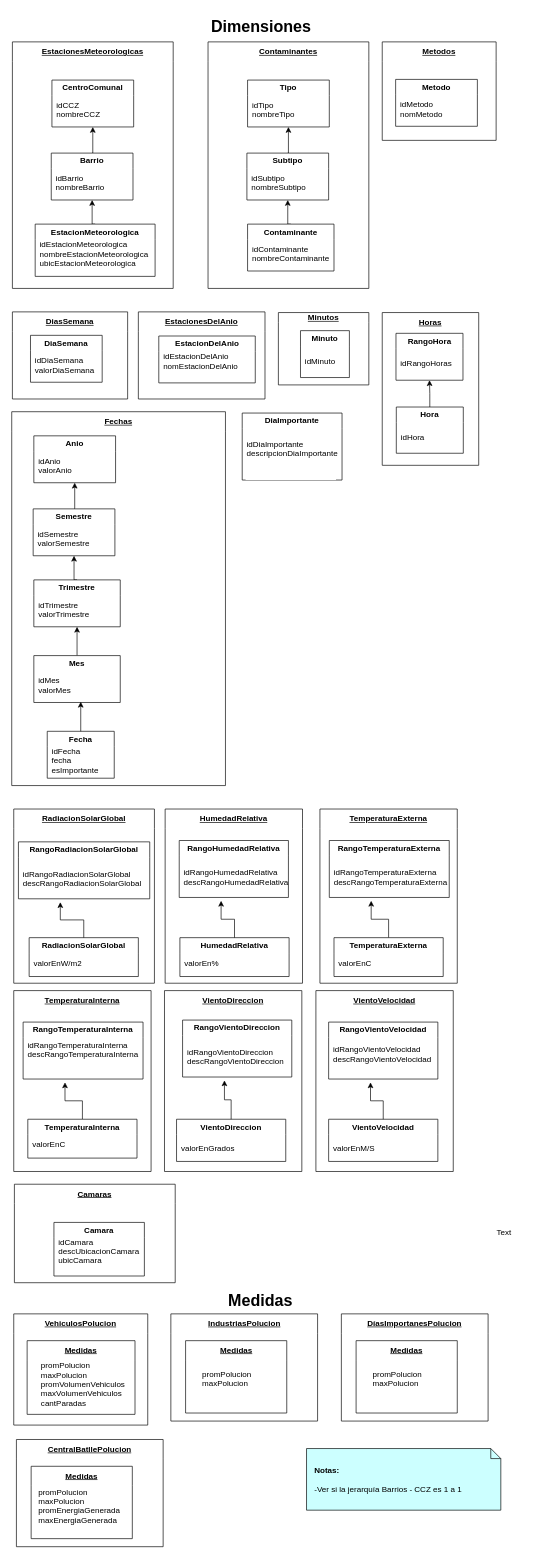
This is 2. Diseño conceptual/Dimensiones y Medidas.drawio from gonzalomelov/dw-calidad-aire-docs, a draw.io file, before an edit. Source tidied: cells renumbered, new cells numbered last; positions are measured from the earlier drawing's top-left corner, leaving out a move shared by most shapes. Both pictures are drawn from the tidied source at 67%, with x=0, y=0 at pixel (11, 11).
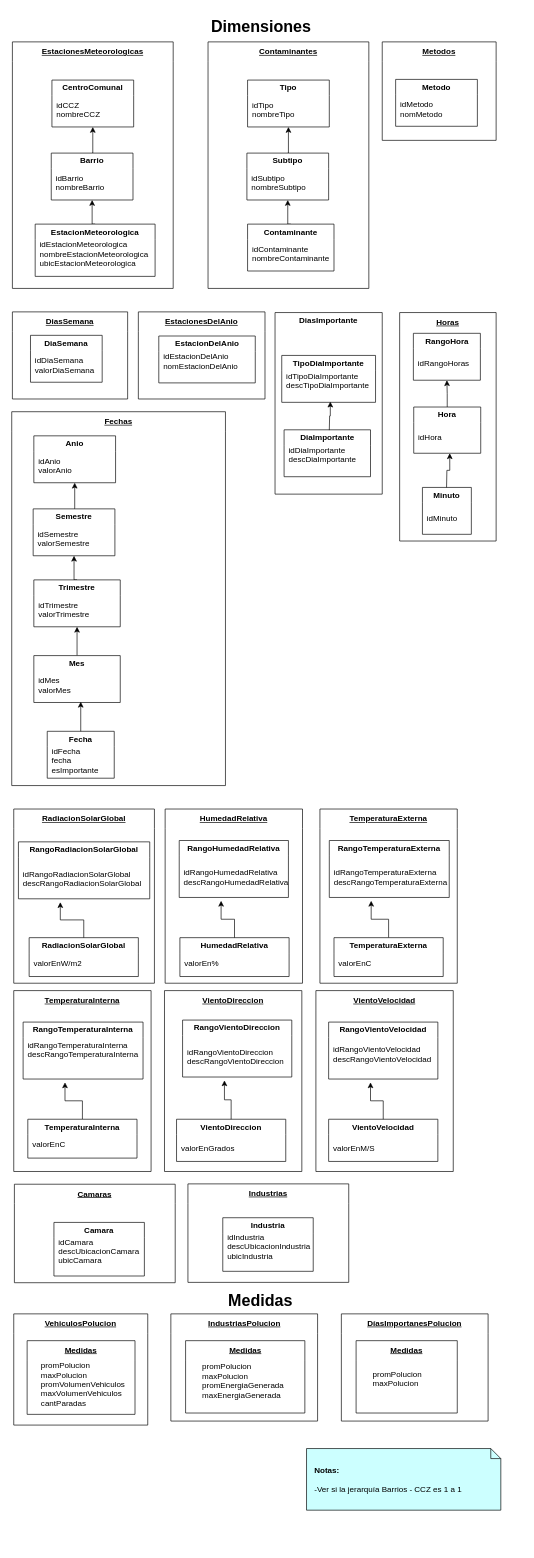
After the change.

Commit message (it also covers changes not shown here):
Update conceptual design diagramas

Unchanged cells that the change refers to:
```xml
<mxCell id="54" value="IndustriasPolucion" style="swimlane;swimlaneLine=0;whiteSpace=wrap;startSize=29;fontStyle=5;" parent="1" vertex="1">
  <mxGeometry x="237.5" y="1943.5" width="219" height="160" as="geometry" />
</mxCell>
<mxCell id="65" value="idHora" style="text;align=left;verticalAlign=middle;" parent="64" vertex="1">
  <mxGeometry x="5" y="19" width="65" height="50" as="geometry" />
</mxCell>
```

Diff of the diagram source:
```diff
@@
-    <mxCell id="44" value="CentralBatllePolucion" style="swimlane;swimlaneLine=0;whiteSpace=wrap;startSize=29;fontStyle=5;" parent="1" vertex="1">
-      <mxGeometry x="7" y="2131" width="219" height="160" as="geometry" />
-    </mxCell>
-    <mxCell id="45" value="Medidas" style="swimlane;swimlaneLine=0;whiteSpace=wrap;startSize=29;fontStyle=5;" parent="44" vertex="1">
-      <mxGeometry x="22" y="40" width="151" height="108" as="geometry" />
-    </mxCell>
-    <mxCell id="46" value="promPolucion&#10;maxPolucion&#10;promEnergiaGenerada&#10;maxEnergiaGenerada&#10;" style="text;align=left;verticalAlign=middle;" parent="45" vertex="1">
-      <mxGeometry x="9" y="29.4" width="155" height="72.6" as="geometry" />
-    </mxCell>
@@
     <mxCell id="55" value="Medidas" style="swimlane;swimlaneLine=0;whiteSpace=wrap;startSize=29;fontStyle=5;" parent="54" vertex="1">
-      <mxGeometry x="22" y="40" width="151" height="108" as="geometry" />
+      <mxGeometry x="22" y="40" width="178" height="108" as="geometry" />
     </mxCell>
-    <mxCell id="56" value="promPolucion&#10;maxPolucion&#10;" style="text;align=left;verticalAlign=middle;" parent="55" vertex="1">
-      <mxGeometry x="23" y="27.4" width="155" height="72.6" as="geometry" />
+    <mxCell id="56" value="promPolucion&#10;maxPolucion&#10;promEnergiaGenerada&#10;maxEnergiaGenerada&#10;&#10;" style="text;align=left;verticalAlign=middle;" parent="55" vertex="1">
+      <mxGeometry x="23" y="47" width="155" height="53" as="geometry" />
     </mxCell>
@@
     <mxCell id="62" value="Horas" style="swimlane;swimlaneLine=0;whiteSpace=wrap;startSize=29;fontStyle=5;align=center;" parent="1" vertex="1">
-      <mxGeometry x="553" y="449" width="144" height="228" as="geometry" />
+      <mxGeometry x="579" y="449" width="144" height="341" as="geometry" />
     </mxCell>
@@
-    <mxCell id="68" value="Minutos" style="swimlane;swimlaneLine=0;whiteSpace=wrap;startSize=15;fontStyle=5;align=center;" parent="1" vertex="1">
-      <mxGeometry x="398" y="449" width="135" height="108" as="geometry" />
-    </mxCell>
-    <mxCell id="69" value="Minuto" style="swimlane;swimlaneLine=0;whiteSpace=wrap;" parent="68" vertex="1">
-      <mxGeometry x="33" y="27" width="73" height="70" as="geometry" />
+    <mxCell id="69" value="Minuto" style="swimlane;swimlaneLine=0;whiteSpace=wrap;" parent="62" vertex="1">
+      <mxGeometry x="34" y="261" width="73" height="70" as="geometry" />
     </mxCell>
@@
+    <mxCell id="110" style="edgeStyle=orthogonalEdgeStyle;rounded=0;html=1;entryX=0.75;entryY=1;jettySize=auto;" parent="62" edge="1" target="65">
+      <mxGeometry relative="1" as="geometry">
+        <mxPoint x="70" y="261" as="sourcePoint" />
+      </mxGeometry>
+    </mxCell>
@@
-    <mxCell id="107" value="DiaImportante" style="swimlane;swimlaneLine=0;whiteSpace=wrap;fillColor=#FFFFFF;" parent="1" vertex="1">
-      <mxGeometry x="344" y="599" width="149" height="100" as="geometry" />
+    <mxCell id="107" value="DiasImportante" style="swimlane;swimlaneLine=0;whiteSpace=wrap;fillColor=#FFFFFF;" parent="1" vertex="1">
+      <mxGeometry x="393" y="449" width="160" height="271" as="geometry" />
     </mxCell>
-    <mxCell id="108" value="idDiaImportante&#10;descripcionDiaImportante&#10;" style="text;align=left;verticalAlign=middle;fillColor=#FFFFFF;" parent="107" vertex="1">
-      <mxGeometry x="5" y="20" width="135" height="80" as="geometry" />
-    </mxCell>
-    <mxCell id="109" value="Text" style="text;html=1;align=left;verticalAlign=top;spacingTop=-4;" parent="1" vertex="1">
-      <mxGeometry x="722" y="1813" width="40" height="20" as="geometry" />
-    </mxCell>
+    <mxCell id="111" value="DiaImportante" style="swimlane;swimlaneLine=0;whiteSpace=wrap;startSize=23;" parent="107" vertex="1">
+      <mxGeometry x="13.5" y="175" width="129" height="70" as="geometry" />
+    </mxCell>
+    <mxCell id="112" value="idDiaImportante&#10;descDiaImportante&#10;" style="text;align=left;verticalAlign=middle;" parent="111" vertex="1">
+      <mxGeometry x="5" y="19" width="130" height="50" as="geometry" />
+    </mxCell>
+    <mxCell id="113" value="TipoDiaImportante" style="swimlane;swimlaneLine=0;whiteSpace=wrap;startSize=23;" parent="107" vertex="1">
+      <mxGeometry x="10" y="64" width="140" height="70" as="geometry" />
+    </mxCell>
+    <mxCell id="114" value="idTipoDiaImportante&#10;descTipoDiaImportante&#10;" style="text;align=left;verticalAlign=middle;" parent="113" vertex="1">
+      <mxGeometry x="5" y="19" width="135" height="50" as="geometry" />
+    </mxCell>
+    <mxCell id="115" style="edgeStyle=orthogonalEdgeStyle;rounded=0;html=1;exitX=0.5;exitY=0;jettySize=auto;" parent="107" edge="1" target="114">
+      <mxGeometry relative="1" as="geometry">
+        <mxPoint x="81" y="175.5" as="sourcePoint" />
+      </mxGeometry>
+    </mxCell>
+    <mxCell id="116" value="Industrias" style="swimlane;swimlaneLine=0;whiteSpace=wrap;startSize=29;fontStyle=5;align=center;" parent="1" vertex="1">
+      <mxGeometry x="263" y="1749.5" width="240" height="147" as="geometry" />
+    </mxCell>
+    <mxCell id="117" value="Industria" style="swimlane;swimlaneLine=0;whiteSpace=wrap;" parent="116" vertex="1">
+      <mxGeometry x="52" y="50.5" width="135" height="80" as="geometry" />
+    </mxCell>
+    <mxCell id="118" value="idIndustria&#10;descUbicacionIndustria&#10;ubicIndustria&#10;" style="text;align=left;verticalAlign=middle;" parent="117" vertex="1">
+      <mxGeometry x="5" y="19" width="130" height="61" as="geometry" />
+    </mxCell>
```
